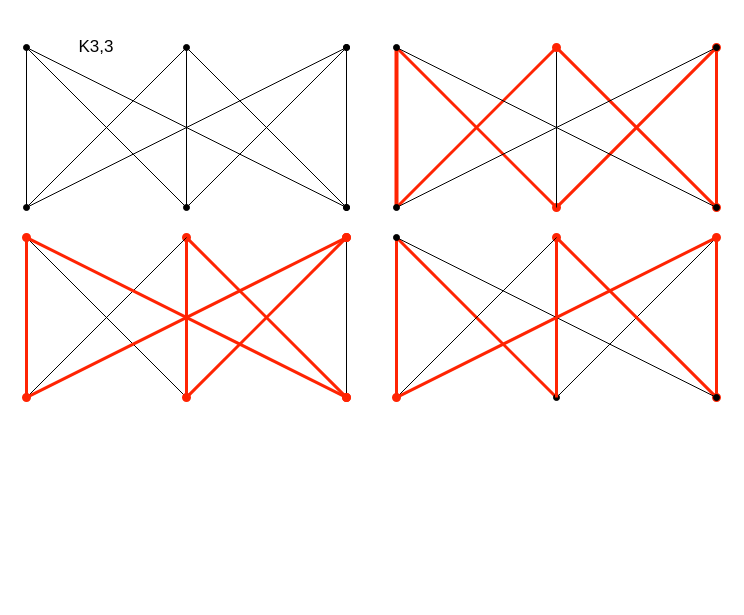
This is K3_3HamiltonianCycle.drawio from maha897/Draw.io_figs, a draw.io file, before an edit. Source tidied: cells renumbered, new cells numbered last; positions are measured from the earlier drawing's top-left corner, leaving out a move shared by most shapes. Both pictures are drawn from the tidied source at 100%, with x=0, y=0 at pixel (26, 17).
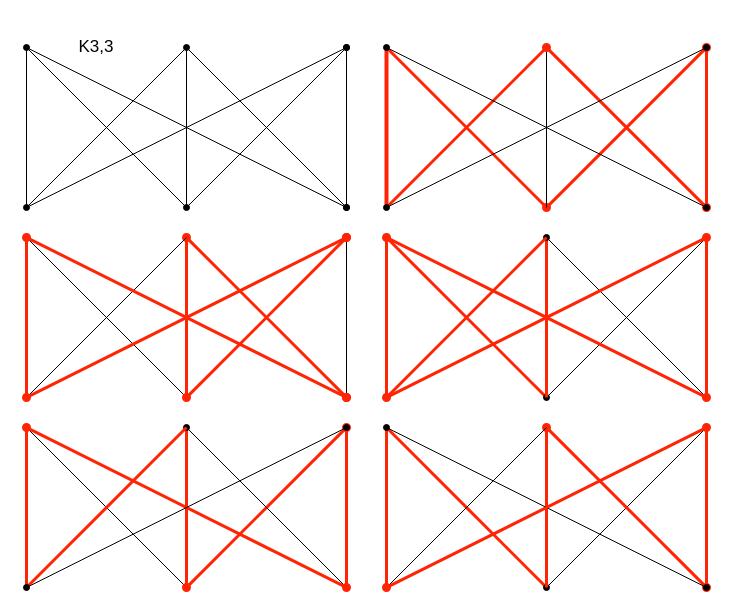
Above is the later version.

Change to the diagram source:
```diff
@@
     <mxCell id="12" style="endArrow=none;html=1;rounded=0;strokeWidth=3;strokeColor=#FF2403;" parent="1" edge="1">
       <mxGeometry relative="1" as="geometry">
-        <mxPoint x="530" y="190" as="sourcePoint" />
-        <mxPoint x="370" y="30" as="targetPoint" />
+        <mxPoint x="520" y="190" as="sourcePoint" />
+        <mxPoint x="360" y="30" as="targetPoint" />
       </mxGeometry>
     </mxCell>
     <mxCell id="13" style="endArrow=oval;html=1;rounded=0;startArrow=oval;startFill=1;endFill=1;strokeWidth=3;strokeColor=#FF2403;" parent="1" edge="1">
       <mxGeometry relative="1" as="geometry">
-        <mxPoint x="690" y="30" as="sourcePoint" />
-        <mxPoint x="530" y="190" as="targetPoint" />
+        <mxPoint x="680" y="30" as="sourcePoint" />
+        <mxPoint x="520" y="190" as="targetPoint" />
       </mxGeometry>
     </mxCell>
     <mxCell id="14" style="endArrow=none;html=1;rounded=0;strokeColor=#FF2403;strokeWidth=4;" parent="1" edge="1">
       <mxGeometry relative="1" as="geometry">
-        <mxPoint x="370" y="190" as="sourcePoint" />
-        <mxPoint x="370" y="30" as="targetPoint" />
+        <mxPoint x="360" y="190" as="sourcePoint" />
+        <mxPoint x="360" y="30" as="targetPoint" />
       </mxGeometry>
     </mxCell>
     <mxCell id="15" style="endArrow=none;html=1;rounded=0;strokeColor=#FF2403;strokeWidth=3;" parent="1" edge="1">
       <mxGeometry relative="1" as="geometry">
-        <mxPoint x="690" y="190" as="sourcePoint" />
-        <mxPoint x="690" y="30" as="targetPoint" />
+        <mxPoint x="680" y="190" as="sourcePoint" />
+        <mxPoint x="680" y="30" as="targetPoint" />
       </mxGeometry>
     </mxCell>
     <mxCell id="16" style="endArrow=none;html=1;rounded=0;" parent="1" edge="1">
       <mxGeometry relative="1" as="geometry">
-        <mxPoint x="530" y="190" as="sourcePoint" />
-        <mxPoint x="530" y="30" as="targetPoint" />
+        <mxPoint x="520" y="190" as="sourcePoint" />
+        <mxPoint x="520" y="30" as="targetPoint" />
       </mxGeometry>
     </mxCell>
     <mxCell id="17" style="endArrow=oval;html=1;rounded=0;endFill=1;startArrow=oval;startFill=1;strokeWidth=3;strokeColor=#FF2403;" parent="1" edge="1">
       <mxGeometry relative="1" as="geometry">
-        <mxPoint x="690" y="190" as="sourcePoint" />
-        <mxPoint x="530" y="30" as="targetPoint" />
+        <mxPoint x="680" y="190" as="sourcePoint" />
+        <mxPoint x="520" y="30" as="targetPoint" />
       </mxGeometry>
     </mxCell>
     <mxCell id="18" style="endArrow=none;html=1;rounded=0;strokeWidth=3;strokeColor=#FF2403;" parent="1" edge="1">
       <mxGeometry relative="1" as="geometry">
-        <mxPoint x="370" y="190" as="sourcePoint" />
-        <mxPoint x="530" y="30" as="targetPoint" />
+        <mxPoint x="360" y="190" as="sourcePoint" />
+        <mxPoint x="520" y="30" as="targetPoint" />
       </mxGeometry>
     </mxCell>
     <mxCell id="19" style="endArrow=oval;html=1;rounded=0;startArrow=oval;startFill=1;endFill=1;" parent="1" edge="1">
       <mxGeometry relative="1" as="geometry">
-        <mxPoint x="690" y="190" as="sourcePoint" />
-        <mxPoint x="370" y="30" as="targetPoint" />
+        <mxPoint x="680" y="190" as="sourcePoint" />
+        <mxPoint x="360" y="30" as="targetPoint" />
       </mxGeometry>
     </mxCell>
     <mxCell id="20" style="endArrow=oval;html=1;rounded=0;targetPerimeterSpacing=0;startArrow=oval;startFill=1;endFill=1;" parent="1" edge="1">
       <mxGeometry relative="1" as="geometry">
-        <mxPoint x="370" y="190" as="sourcePoint" />
-        <mxPoint x="690" y="30" as="targetPoint" />
+        <mxPoint x="360" y="190" as="sourcePoint" />
+        <mxPoint x="680" y="30" as="targetPoint" />
       </mxGeometry>
     </mxCell>
@@
     <mxCell id="30" style="endArrow=none;html=1;rounded=0;strokeWidth=3;strokeColor=#FF2403;" parent="1" edge="1">
       <mxGeometry relative="1" as="geometry">
-        <mxPoint x="530" y="380" as="sourcePoint" />
-        <mxPoint x="370" y="220" as="targetPoint" />
+        <mxPoint x="520" y="570" as="sourcePoint" />
+        <mxPoint x="360" y="410" as="targetPoint" />
       </mxGeometry>
     </mxCell>
     <mxCell id="31" style="endArrow=oval;html=1;rounded=0;startArrow=oval;startFill=1;endFill=1;" parent="1" edge="1">
       <mxGeometry relative="1" as="geometry">
-        <mxPoint x="690" y="220" as="sourcePoint" />
-        <mxPoint x="530" y="380" as="targetPoint" />
+        <mxPoint x="680" y="410" as="sourcePoint" />
+        <mxPoint x="520" y="570" as="targetPoint" />
       </mxGeometry>
     </mxCell>
     <mxCell id="32" style="endArrow=none;html=1;rounded=0;strokeWidth=3;strokeColor=#FF2403;" parent="1" edge="1">
       <mxGeometry relative="1" as="geometry">
-        <mxPoint x="370" y="380" as="sourcePoint" />
-        <mxPoint x="370" y="220" as="targetPoint" />
+        <mxPoint x="360" y="570" as="sourcePoint" />
+        <mxPoint x="360" y="410" as="targetPoint" />
       </mxGeometry>
     </mxCell>
     <mxCell id="33" style="endArrow=none;html=1;rounded=0;strokeWidth=3;strokeColor=#FF2403;" parent="1" edge="1">
       <mxGeometry relative="1" as="geometry">
-        <mxPoint x="690" y="380" as="sourcePoint" />
-        <mxPoint x="690" y="220" as="targetPoint" />
+        <mxPoint x="680" y="570" as="sourcePoint" />
+        <mxPoint x="680" y="410" as="targetPoint" />
       </mxGeometry>
     </mxCell>
     <mxCell id="34" style="endArrow=none;html=1;rounded=0;strokeWidth=3;strokeColor=#FF2403;" parent="1" edge="1">
       <mxGeometry relative="1" as="geometry">
-        <mxPoint x="530" y="380" as="sourcePoint" />
-        <mxPoint x="530" y="220" as="targetPoint" />
+        <mxPoint x="520" y="570" as="sourcePoint" />
+        <mxPoint x="520" y="410" as="targetPoint" />
       </mxGeometry>
     </mxCell>
     <mxCell id="35" style="endArrow=oval;html=1;rounded=0;endFill=1;startArrow=oval;startFill=1;strokeWidth=3;strokeColor=#FF2403;" parent="1" edge="1">
       <mxGeometry relative="1" as="geometry">
-        <mxPoint x="690" y="380" as="sourcePoint" />
-        <mxPoint x="530" y="220" as="targetPoint" />
+        <mxPoint x="680" y="570" as="sourcePoint" />
+        <mxPoint x="520" y="410" as="targetPoint" />
       </mxGeometry>
     </mxCell>
     <mxCell id="36" style="endArrow=none;html=1;rounded=0;" parent="1" edge="1">
       <mxGeometry relative="1" as="geometry">
-        <mxPoint x="370" y="380" as="sourcePoint" />
-        <mxPoint x="530" y="220" as="targetPoint" />
+        <mxPoint x="360" y="570" as="sourcePoint" />
+        <mxPoint x="520" y="410" as="targetPoint" />
       </mxGeometry>
     </mxCell>
     <mxCell id="37" style="endArrow=oval;html=1;rounded=0;startArrow=oval;startFill=1;endFill=1;" parent="1" edge="1">
       <mxGeometry relative="1" as="geometry">
-        <mxPoint x="690" y="380" as="sourcePoint" />
-        <mxPoint x="370" y="220" as="targetPoint" />
+        <mxPoint x="680" y="570" as="sourcePoint" />
+        <mxPoint x="360" y="410" as="targetPoint" />
       </mxGeometry>
     </mxCell>
     <mxCell id="38" style="endArrow=oval;html=1;rounded=0;targetPerimeterSpacing=0;startArrow=oval;startFill=1;endFill=1;strokeWidth=3;strokeColor=#FF2403;" parent="1" edge="1">
       <mxGeometry relative="1" as="geometry">
-        <mxPoint x="370" y="380" as="sourcePoint" />
-        <mxPoint x="690" y="220" as="targetPoint" />
+        <mxPoint x="360" y="570" as="sourcePoint" />
+        <mxPoint x="680" y="410" as="targetPoint" />
       </mxGeometry>
     </mxCell>
+    <mxCell id="39" style="endArrow=none;html=1;rounded=0;strokeWidth=3;strokeColor=#FF2403;" parent="1" edge="1">
+      <mxGeometry relative="1" as="geometry">
+        <mxPoint x="520" y="380" as="sourcePoint" />
+        <mxPoint x="360" y="220" as="targetPoint" />
+      </mxGeometry>
+    </mxCell>
+    <mxCell id="40" style="endArrow=oval;html=1;rounded=0;startArrow=oval;startFill=1;endFill=1;strokeColor=#000000;strokeWidth=1;" parent="1" edge="1">
+      <mxGeometry relative="1" as="geometry">
+        <mxPoint x="680" y="220" as="sourcePoint" />
+        <mxPoint x="520" y="380" as="targetPoint" />
+      </mxGeometry>
+    </mxCell>
+    <mxCell id="41" style="endArrow=none;html=1;rounded=0;strokeWidth=3;strokeColor=#FF2403;" parent="1" edge="1">
+      <mxGeometry relative="1" as="geometry">
+        <mxPoint x="360" y="380" as="sourcePoint" />
+        <mxPoint x="360" y="220" as="targetPoint" />
+      </mxGeometry>
+    </mxCell>
+    <mxCell id="42" style="endArrow=none;html=1;rounded=0;strokeWidth=3;strokeColor=#FF2403;" parent="1" edge="1">
+      <mxGeometry relative="1" as="geometry">
+        <mxPoint x="680" y="380" as="sourcePoint" />
+        <mxPoint x="680" y="220" as="targetPoint" />
+      </mxGeometry>
+    </mxCell>
+    <mxCell id="43" style="endArrow=none;html=1;rounded=0;strokeWidth=3;strokeColor=#FF2403;" parent="1" edge="1">
+      <mxGeometry relative="1" as="geometry">
+        <mxPoint x="520" y="380" as="sourcePoint" />
+        <mxPoint x="520" y="220" as="targetPoint" />
+      </mxGeometry>
+    </mxCell>
+    <mxCell id="44" style="endArrow=oval;html=1;rounded=0;endFill=1;startArrow=oval;startFill=1;strokeWidth=1;strokeColor=#000000;" parent="1" edge="1">
+      <mxGeometry relative="1" as="geometry">
+        <mxPoint x="680" y="380" as="sourcePoint" />
+        <mxPoint x="520" y="220" as="targetPoint" />
+      </mxGeometry>
+    </mxCell>
+    <mxCell id="45" style="endArrow=none;html=1;rounded=0;strokeWidth=3;strokeColor=#FF2403;" parent="1" edge="1">
+      <mxGeometry relative="1" as="geometry">
+        <mxPoint x="360" y="380" as="sourcePoint" />
+        <mxPoint x="520" y="220" as="targetPoint" />
+      </mxGeometry>
+    </mxCell>
+    <mxCell id="46" style="endArrow=oval;html=1;rounded=0;startArrow=oval;startFill=1;endFill=1;strokeWidth=3;strokeColor=#FF2403;" parent="1" edge="1">
+      <mxGeometry relative="1" as="geometry">
+        <mxPoint x="680" y="380" as="sourcePoint" />
+        <mxPoint x="360" y="220" as="targetPoint" />
+      </mxGeometry>
+    </mxCell>
+    <mxCell id="47" style="endArrow=oval;html=1;rounded=0;targetPerimeterSpacing=0;startArrow=oval;startFill=1;endFill=1;strokeWidth=3;strokeColor=#FF2403;" parent="1" edge="1">
+      <mxGeometry relative="1" as="geometry">
+        <mxPoint x="360" y="380" as="sourcePoint" />
+        <mxPoint x="680" y="220" as="targetPoint" />
+      </mxGeometry>
+    </mxCell>
+    <mxCell id="48" style="endArrow=none;html=1;rounded=0;strokeWidth=1;strokeColor=#000000;" parent="1" edge="1">
+      <mxGeometry relative="1" as="geometry">
+        <mxPoint x="160" y="570" as="sourcePoint" />
+        <mxPoint y="410" as="targetPoint" />
+      </mxGeometry>
+    </mxCell>
+    <mxCell id="49" style="endArrow=oval;html=1;rounded=0;startArrow=oval;startFill=1;endFill=1;strokeWidth=3;strokeColor=#FF2403;" parent="1" edge="1">
+      <mxGeometry relative="1" as="geometry">
+        <mxPoint x="320" y="410" as="sourcePoint" />
+        <mxPoint x="160" y="570" as="targetPoint" />
+      </mxGeometry>
+    </mxCell>
+    <mxCell id="50" style="endArrow=none;html=1;rounded=0;strokeWidth=3;strokeColor=#FF2403;" parent="1" edge="1">
+      <mxGeometry relative="1" as="geometry">
+        <mxPoint y="570" as="sourcePoint" />
+        <mxPoint y="410" as="targetPoint" />
+      </mxGeometry>
+    </mxCell>
+    <mxCell id="51" style="endArrow=none;html=1;rounded=0;strokeWidth=3;strokeColor=#FF2403;" parent="1" edge="1">
+      <mxGeometry relative="1" as="geometry">
+        <mxPoint x="320" y="570" as="sourcePoint" />
+        <mxPoint x="320" y="410" as="targetPoint" />
+      </mxGeometry>
+    </mxCell>
+    <mxCell id="52" style="endArrow=none;html=1;rounded=0;strokeWidth=3;strokeColor=#FF2403;" parent="1" edge="1">
+      <mxGeometry relative="1" as="geometry">
+        <mxPoint x="160" y="570" as="sourcePoint" />
+        <mxPoint x="160" y="410" as="targetPoint" />
+      </mxGeometry>
+    </mxCell>
+    <mxCell id="53" style="endArrow=oval;html=1;rounded=0;endFill=1;startArrow=oval;startFill=1;strokeWidth=1;strokeColor=#000000;" parent="1" edge="1">
+      <mxGeometry relative="1" as="geometry">
+        <mxPoint x="320" y="570" as="sourcePoint" />
+        <mxPoint x="160" y="410" as="targetPoint" />
+      </mxGeometry>
+    </mxCell>
+    <mxCell id="54" style="endArrow=none;html=1;rounded=0;strokeWidth=3;strokeColor=#FF2403;" parent="1" edge="1">
+      <mxGeometry relative="1" as="geometry">
+        <mxPoint y="570" as="sourcePoint" />
+        <mxPoint x="160" y="410" as="targetPoint" />
+      </mxGeometry>
+    </mxCell>
+    <mxCell id="55" style="endArrow=oval;html=1;rounded=0;startArrow=oval;startFill=1;endFill=1;strokeWidth=3;strokeColor=#FF2403;" parent="1" edge="1">
+      <mxGeometry relative="1" as="geometry">
+        <mxPoint x="320" y="570" as="sourcePoint" />
+        <mxPoint y="410" as="targetPoint" />
+      </mxGeometry>
+    </mxCell>
+    <mxCell id="56" style="endArrow=oval;html=1;rounded=0;targetPerimeterSpacing=0;startArrow=oval;startFill=1;endFill=1;strokeWidth=1;strokeColor=#000000;" parent="1" edge="1">
+      <mxGeometry relative="1" as="geometry">
+        <mxPoint y="570" as="sourcePoint" />
+        <mxPoint x="320" y="410" as="targetPoint" />
+      </mxGeometry>
+    </mxCell>
```
